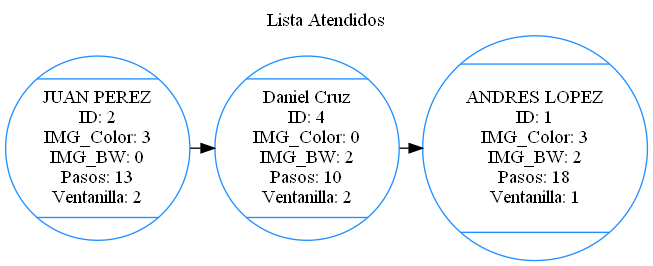
Above: [EDD]PROYECTO_FASE1_202010223/ListaAtendidos.png in LuisBarrera23/EDD_PROYECTO_FASE1_202010223 (Graphviz), before the change. Its source is kept beside it as [EDD]PROYECTO_FASE1_202010223/ListaAtendidos.dot.
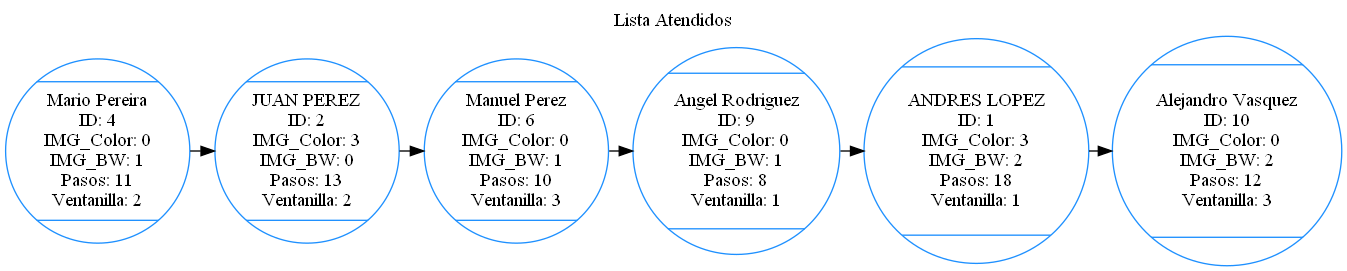
After the change.

Diff of the diagram source:
```diff
@@ -2,11 +2,17 @@
 label="Lista Atendidos";
 labelloc = "t"
 node [shape=Mcircle,color=dodgerblue1];
+cliente1915910607[label="Mario Pereira\nID: 4\nIMG_Color: 0\nIMG_BW: 1\nPasos: 11\nVentanilla: 2", width=1.5,height=1.5];
 cliente1791741888[label="JUAN PEREZ\nID: 2\nIMG_Color: 3\nIMG_BW: 0\nPasos: 13\nVentanilla: 2", width=1.5,height=1.5];
-cliente1915910607[label="Daniel Cruz\nID: 4\nIMG_Color: 0\nIMG_BW: 2\nPasos: 10\nVentanilla: 2", width=1.5,height=1.5];
+cliente189568618[label="Manuel Perez\nID: 6\nIMG_Color: 0\nIMG_BW: 1\nPasos: 10\nVentanilla: 3", width=1.5,height=1.5];
+cliente495053715[label="Angel Rodriguez\nID: 9\nIMG_Color: 0\nIMG_BW: 1\nPasos: 8\nVentanilla: 1", width=1.5,height=1.5];
 cliente2065951873[label="ANDRES LOPEZ\nID: 1\nIMG_Color: 3\nIMG_BW: 2\nPasos: 18\nVentanilla: 1", width=1.5,height=1.5];
+cliente1922154895[label="Alejandro Vasquez\nID: 10\nIMG_Color: 0\nIMG_BW: 2\nPasos: 12\nVentanilla: 3", width=1.5,height=1.5];
 {rank=same
-cliente1791741888->cliente1915910607;
-cliente1915910607->cliente2065951873;
+cliente1915910607->cliente1791741888;
+cliente1791741888->cliente189568618;
+cliente189568618->cliente495053715;
+cliente495053715->cliente2065951873;
+cliente2065951873->cliente1922154895;
 }
 }
```
